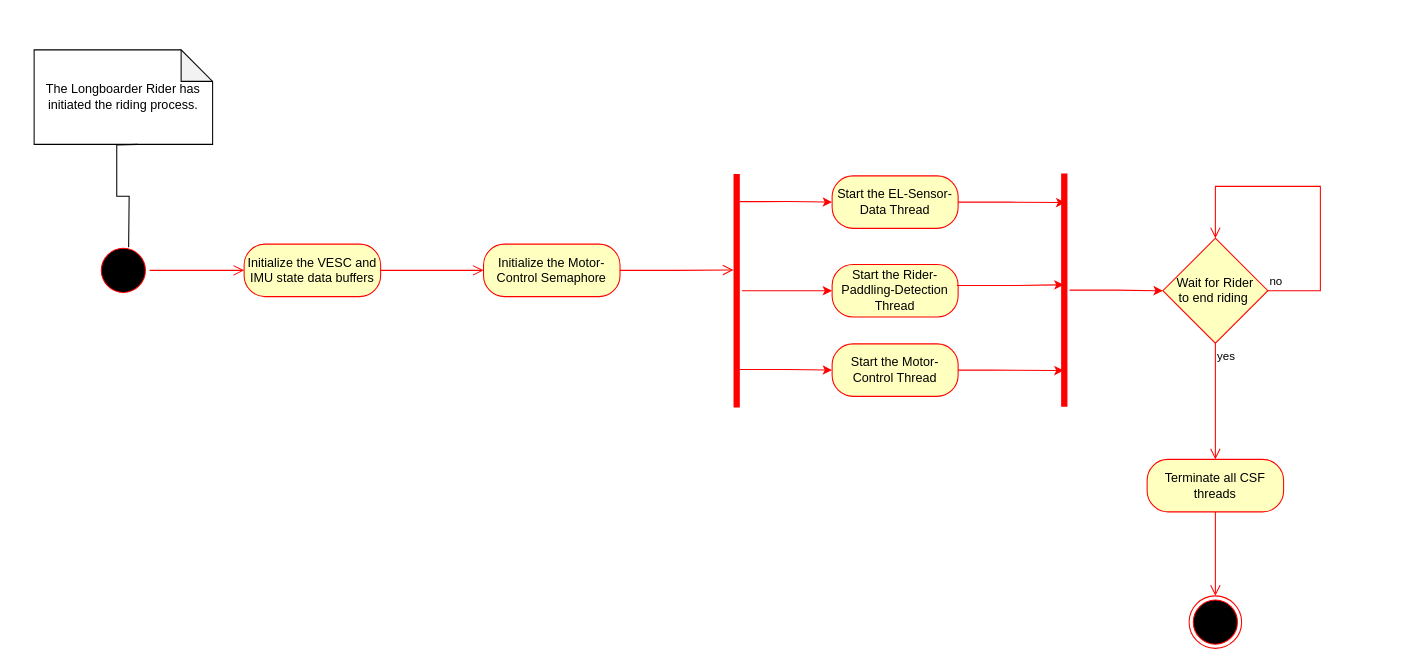
This is diagrams/CSF Thread Architecture Activity Diagram.drawio from bobacktech/bionic-boarder, a draw.io file, before an edit. Source tidied: cells renumbered, new cells numbered last; positions are measured from the earlier drawing's top-left corner, leaving out a move shared by most shapes. Both pictures are drawn from the tidied source at 105%, with x=0, y=0 at pixel (34, 49).
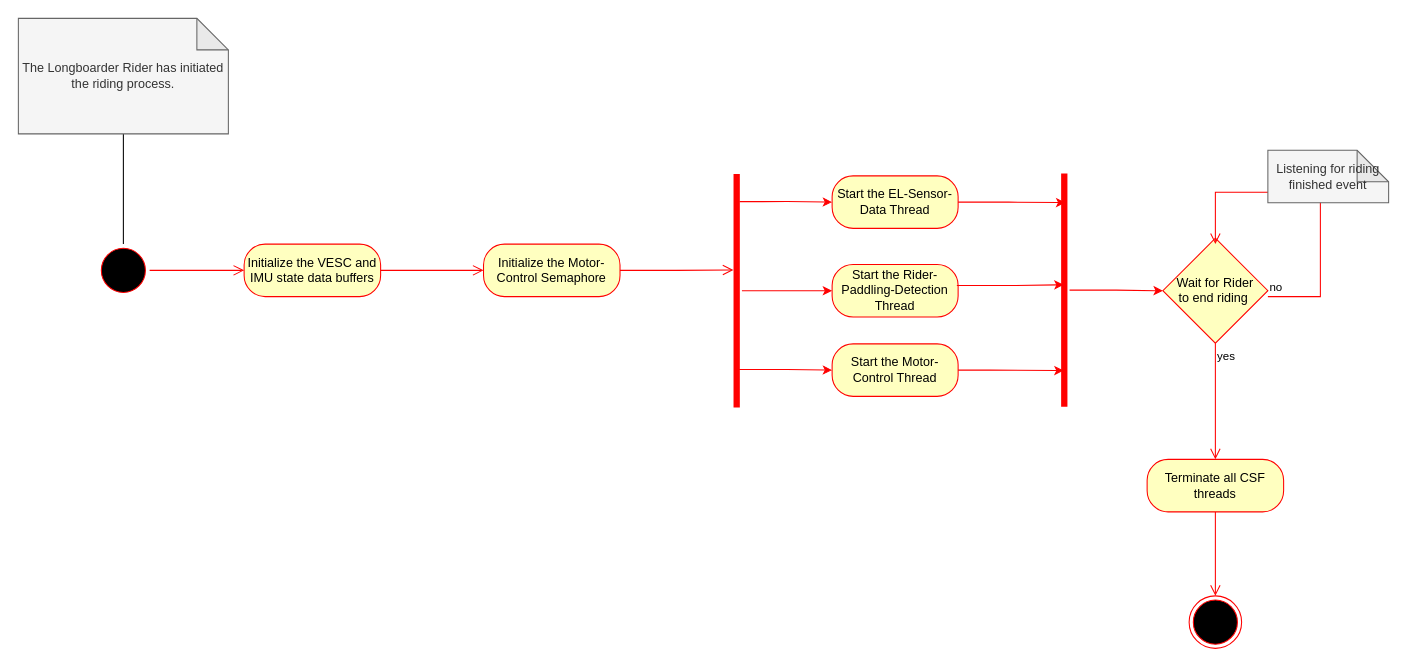
The same diagram, later.

Commit message:
BB-56: Added more details on the end part of the activity diagram.

Unchanged cells that the change refers to:
```xml
<mxCell id="2" style="ellipse;html=1;shape=startState;fillColor=#000000;strokeColor=#ff0000;" parent="1" vertex="1">
  <mxGeometry x="60" y="185" width="50" height="50" as="geometry" />
</mxCell>
<mxCell id="17" value="&lt;font color=&quot;#000000&quot;&gt;Wait for Rider&lt;/font&gt;&lt;div&gt;&lt;font color=&quot;#000000&quot;&gt;to end riding&lt;/font&gt;&lt;span style=&quot;color: rgb(0, 0, 0); background-color: transparent;&quot;&gt;&amp;nbsp;&lt;/span&gt;&lt;/div&gt;" style="rhombus;whiteSpace=wrap;html=1;fontColor=#000000;fillColor=#ffffc0;strokeColor=#ff0000;labelBackgroundColor=none;" parent="1" vertex="1">
  <mxGeometry x="1075" y="179.4" width="100" height="100" as="geometry" />
</mxCell>
```

The edit, as a diff of the source:
```diff
@@
+    <mxCell id="28" style="edgeStyle=orthogonalEdgeStyle;rounded=0;jettySize=auto;html=1;entryX=0.5;entryY=0;entryDx=0;entryDy=0;endArrow=none;startFill=0;" parent="1" edge="1" source="4" target="2">
+      <mxGeometry relative="1" as="geometry" />
+    </mxCell>
-    <mxCell id="4" value="The Longboarder Rider has initiated the riding process." style="shape=note;whiteSpace=wrap;html=1;backgroundOutline=1;darkOpacity=0.05;" parent="1" vertex="1">
-      <mxGeometry width="170" height="90" as="geometry" />
+    <mxCell id="4" value="The Longboarder Rider has initiated the riding process." style="shape=note;whiteSpace=wrap;html=1;backgroundOutline=1;darkOpacity=0.05;fillColor=#f5f5f5;strokeColor=#666666;fontColor=#333333;" parent="1" vertex="1">
+      <mxGeometry x="-15" y="-30" width="200" height="110" as="geometry" />
     </mxCell>
-    <mxCell id="5" style="edgeStyle=orthogonalEdgeStyle;rounded=0;orthogonalLoop=1;jettySize=auto;html=1;endArrow=none;startFill=0;entryX=0.727;entryY=0.06;entryDx=0;entryDy=0;entryPerimeter=0;" parent="1" edge="1">
-      <mxGeometry relative="1" as="geometry">
-        <mxPoint x="98.7" y="90" as="sourcePoint" />
-        <mxPoint x="90" y="188" as="targetPoint" />
-      </mxGeometry>
-    </mxCell>
@@
-    <mxCell id="27" value="no" style="edgeStyle=orthogonalEdgeStyle;html=1;align=left;verticalAlign=bottom;endArrow=open;endSize=8;strokeColor=#ff0000;rounded=0;exitX=1;exitY=0.5;exitDx=0;exitDy=0;entryX=0.5;entryY=0;entryDx=0;entryDy=0;" parent="1" edge="1" source="17" target="17">
+    <mxCell id="27" value="no" style="edgeStyle=orthogonalEdgeStyle;html=1;align=left;verticalAlign=bottom;endArrow=open;endSize=8;strokeColor=#ff0000;rounded=0;exitX=1;exitY=0.5;exitDx=0;exitDy=0;entryX=0.5;entryY=0;entryDx=0;entryDy=0;" parent="1" edge="1">
       <mxGeometry x="-1" relative="1" as="geometry">
+        <mxPoint x="1175" y="235" as="sourcePoint" />
+        <mxPoint x="1125" y="185" as="targetPoint" />
         <Array as="points">
-          <mxPoint x="1225" y="229" />
-          <mxPoint x="1225" y="130" />
-          <mxPoint x="1125" y="130" />
+          <mxPoint x="1225" y="234.6" />
+          <mxPoint x="1225" y="135.6" />
+          <mxPoint x="1125" y="135.6" />
         </Array>
       </mxGeometry>
     </mxCell>
+    <mxCell id="29" value="Listening for riding finished event" style="shape=note;whiteSpace=wrap;html=1;backgroundOutline=1;darkOpacity=0.05;fillColor=#f5f5f5;strokeColor=#666666;fontColor=#333333;" parent="1" vertex="1">
+      <mxGeometry x="1175" y="95.6" width="115" height="50" as="geometry" />
+    </mxCell>
```
